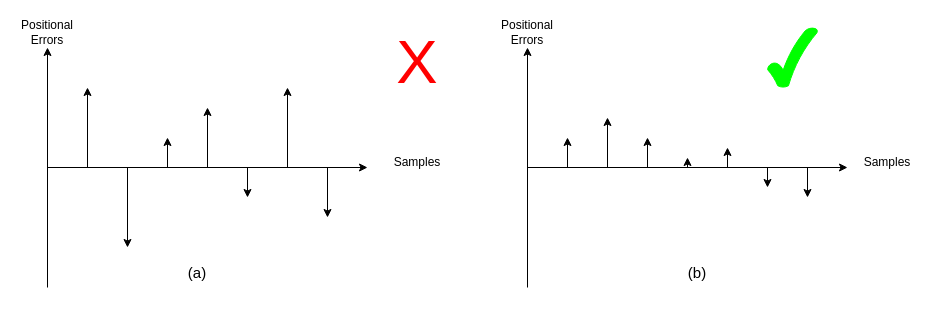
This is Figures/systemDesign/preProcessing/correlatedErrors.drawio from Mikkelnn/ESD5-Project, a draw.io file, before an edit. Source tidied: cells renumbered, new cells numbered last; positions are measured from the earlier drawing's top-left corner, leaving out a move shared by most shapes. Both pictures are drawn from the tidied source at 100%, with x=0, y=0 at pixel (17, 17).
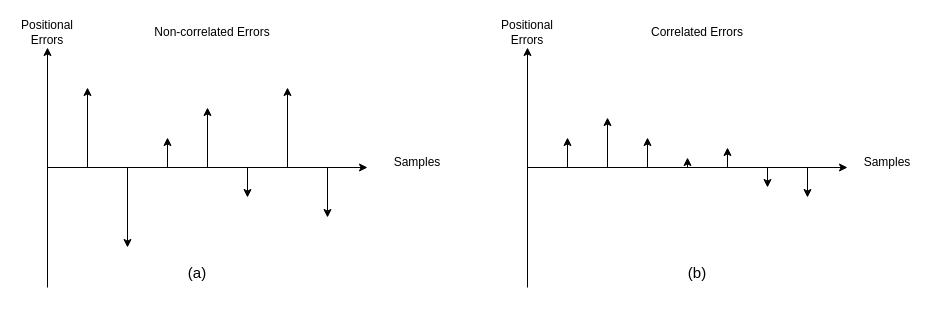
The same page after the edit.

Change to the diagram source:
```diff
@@
-    <mxCell id="10" value="&lt;font style=&quot;font-size: 62px;&quot; color=&quot;#ff0000&quot;&gt;X&lt;/font&gt;" style="text;html=1;align=center;verticalAlign=middle;whiteSpace=wrap;rounded=0;" parent="1" vertex="1">
-      <mxGeometry x="370" y="30" width="60" height="30" as="geometry" />
-    </mxCell>
@@
-    <mxCell id="27" style="verticalLabelPosition=bottom;verticalAlign=top;html=1;shape=mxgraph.basic.tick;fillColor=#00FF00;strokeColor=#00FF00;" parent="1" vertex="1">
-      <mxGeometry x="750" y="10" width="50" height="60" as="geometry" />
-    </mxCell>
+    <mxCell id="28" value="Non-correlated Errors" style="text;html=1;align=center;verticalAlign=middle;whiteSpace=wrap;rounded=0;" parent="1" vertex="1">
+      <mxGeometry x="120" width="150" height="30" as="geometry" />
+    </mxCell>
+    <mxCell id="29" value="Correlated Errors" style="text;html=1;align=center;verticalAlign=middle;whiteSpace=wrap;rounded=0;" parent="1" vertex="1">
+      <mxGeometry x="625" width="110" height="30" as="geometry" />
+    </mxCell>
```
